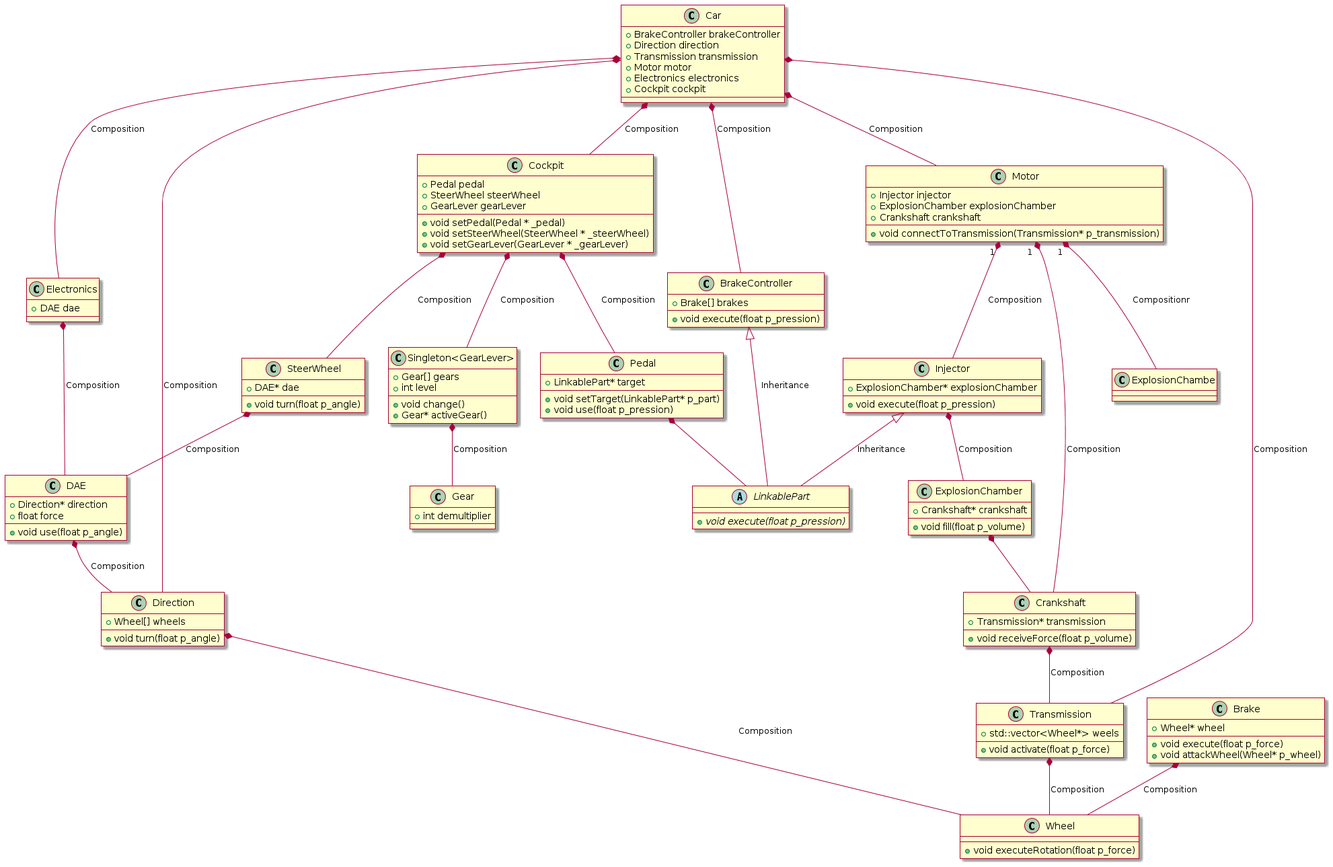
This is module_02/subject.png from iaschnei/42_piscine_object, a PlantUML export, as it was before one commit.
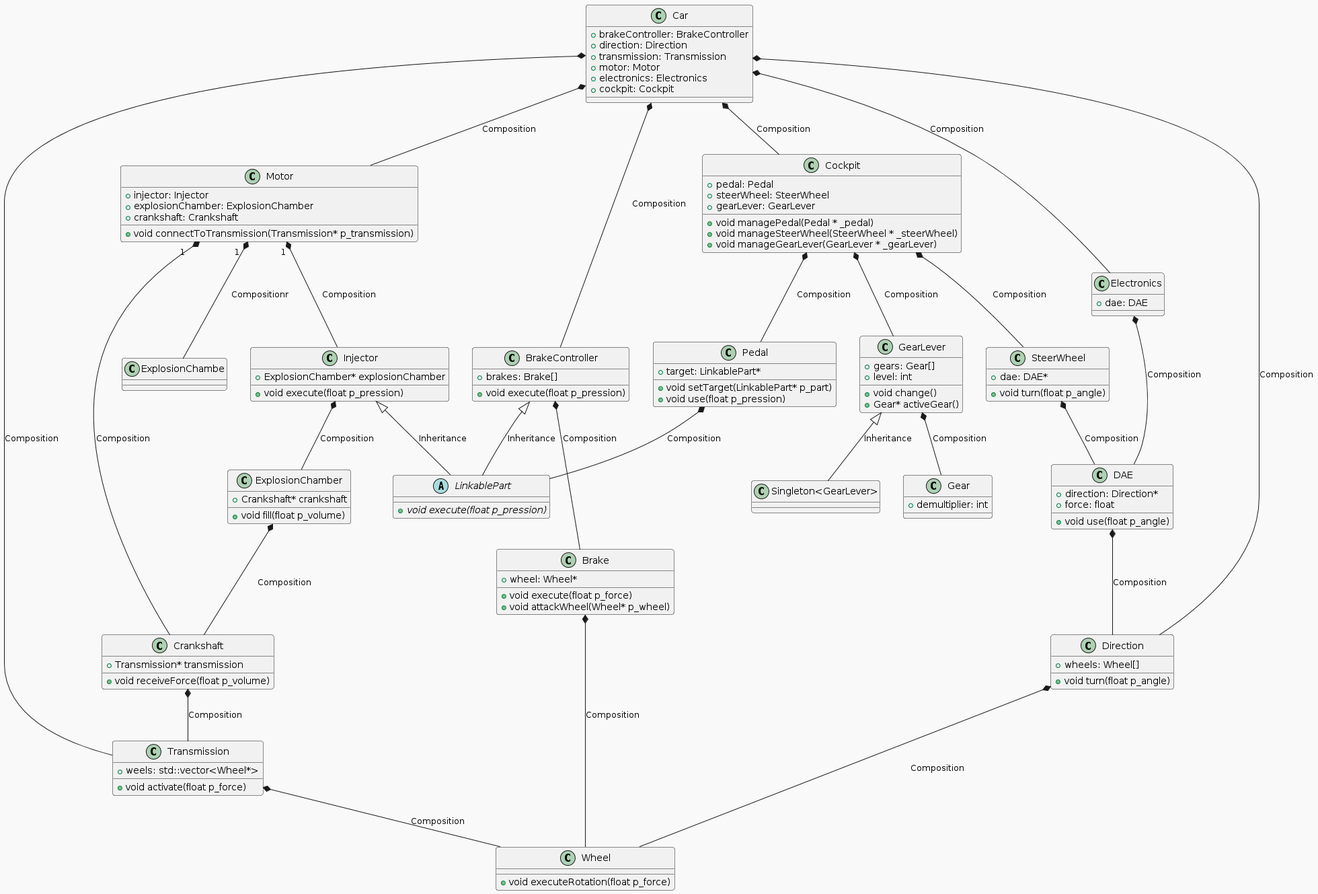
After the commit.

Commit message:
made uml clearer

Diff of the diagram source:
```diff
@@ -1,145 +1,130 @@
 @startuml
-skin rose
+!theme mars
 
-abstract class LinkablePart
-{
+abstract class LinkablePart {
   +{abstract} void execute(float p_pression)
 }
 
-class Wheel
-{
+class Wheel {
   +void executeRotation(float p_force)
 }
 
-class Gear
-{
-  +int demultiplier
+class Gear {
+  +demultiplier: int
 }
 
-class "Singleton<GearLever>"
-{
-  +Gear[] gears
-  +int level
+class GearLever {
+  +gears: Gear[]
+  +level: int
   +void change()
   +Gear* activeGear()
 }
 
-class Transmission
-{
-  +std::vector<Wheel*> weels
+class Transmission {
+  +weels: std::vector<Wheel*>
   +void activate(float p_force)
 }
 
-class Crankshaft
-{
+class Crankshaft {
   +Transmission* transmission
   +void receiveForce(float p_volume)
 }
 
-class ExplosionChamber
-{
-  + Crankshaft* crankshaft
-  + void fill(float p_volume)
+class ExplosionChamber {
+  +Crankshaft* crankshaft
+  +void fill(float p_volume)
 }
 
-class Injector
-{
-  + ExplosionChamber* explosionChamber
-  + void execute(float p_pression)
+class Injector {
+  +ExplosionChamber* explosionChamber
+  +void execute(float p_pression)
 }
 
-class Motor
-{
-  +Injector injector
-  +ExplosionChamber explosionChamber
-  +Crankshaft crankshaft
+class Motor {
+  +injector: Injector
+  +explosionChamber: ExplosionChamber
+  +crankshaft: Crankshaft
   +void connectToTransmission(Transmission* p_transmission)
 }
 
-class Pedal
-{
-  +LinkablePart* target
+class Pedal {
+  +target: LinkablePart*
   +void setTarget(LinkablePart* p_part)
   +void use(float p_pression)
 }
 
-class Direction
-{
-  +Wheel[] wheels
+class Direction {
+  +wheels: Wheel[]
   +void turn(float p_angle)
 }
 
-class DAE
-{
-  +Direction* direction
-  +float force
+class DAE {
+  +direction: Direction*
+  +force: float
   +void use(float p_angle)
 }
 
-class SteerWheel
-{
-  +DAE* dae
+class SteerWheel {
+  +dae: DAE*
   +void turn(float p_angle)
 }
 
 
-class Brake
-{
-  +Wheel* wheel
+class Brake {
+  +wheel: Wheel*
   +void execute(float p_force)
   +void attackWheel(Wheel* p_wheel)
 }
 
-class BrakeController
-{
-  +Brake[] brakes
+class BrakeController {
+  +brakes: Brake[]
   +void execute(float p_pression)
 }
 
-class Cockpit
-{
-  +Pedal pedal
-  +SteerWheel steerWheel
-  +GearLever gearLever
+class Cockpit  {
+  +pedal: Pedal
+  +steerWheel: SteerWheel
+  +gearLever: GearLever
 
-  + void setPedal(Pedal * _pedal)
-  + void setSteerWheel(SteerWheel * _steerWheel)
-  + void setGearLever(GearLever * _gearLever)
+  + void managePedal(Pedal * _pedal)
+  + void manageSteerWheel(SteerWheel * _steerWheel)
+  + void manageGearLever(GearLever * _gearLever)
 
 }
 
 class Electronics {
-  +DAE dae
+  +dae: DAE
 }
 
-class Car
-{
-  +BrakeController brakeController
-  +Direction direction
-  +Transmission transmission
-  +Motor motor
-  +Electronics electronics
-  +Cockpit cockpit
+class Car {
+  +brakeController: BrakeController
+  +direction: Direction
+  +transmission: Transmission
+  +motor: Motor
+  +electronics: Electronics
+  +cockpit: Cockpit
 
 }
 
 Transmission  *--  Wheel: Composition
 Crankshaft  *--  Transmission: Composition
-ExplosionChamber  *--  Crankshaft
+GearLever <|-- "Singleton<GearLever>": Inheritance
+ExplosionChamber  *--  Crankshaft: Composition
 Injector  <|--  LinkablePart: Inheritance
 Injector  *-- ExplosionChamber: Composition
 Motor "1 " *-- Injector: Composition
 Motor "1  " *-- ExplosionChambe: Compositionr
 Motor "1  " *-- Crankshaft: Composition
-Pedal *-- LinkablePart
+Pedal *-- LinkablePart: Composition
 Direction *-- Wheel: Composition
 DAE *-- Direction: Composition
 SteerWheel *-- DAE: Composition
 Brake *-- Wheel: Composition
+BrakeController *-- Brake: Composition
 BrakeController <|-- LinkablePart: Inheritance
 Cockpit *-- Pedal: Composition
 Cockpit *-- SteerWheel: Composition
-Cockpit *-- "Singleton<GearLever>": Composition
+Cockpit *-- GearLever: Composition
 Electronics *-- DAE: Composition
 Car *-- BrakeController: Composition
 Car *-- Direction: Composition
@@ -147,5 +132,5 @@
 Car *-- Motor: Composition
 Car *-- Electronics: Composition
 Car *-- Cockpit: Composition
-"Singleton<GearLever>" *-- Gear: Composition
+GearLever *-- Gear: Composition
 @enduml
```
